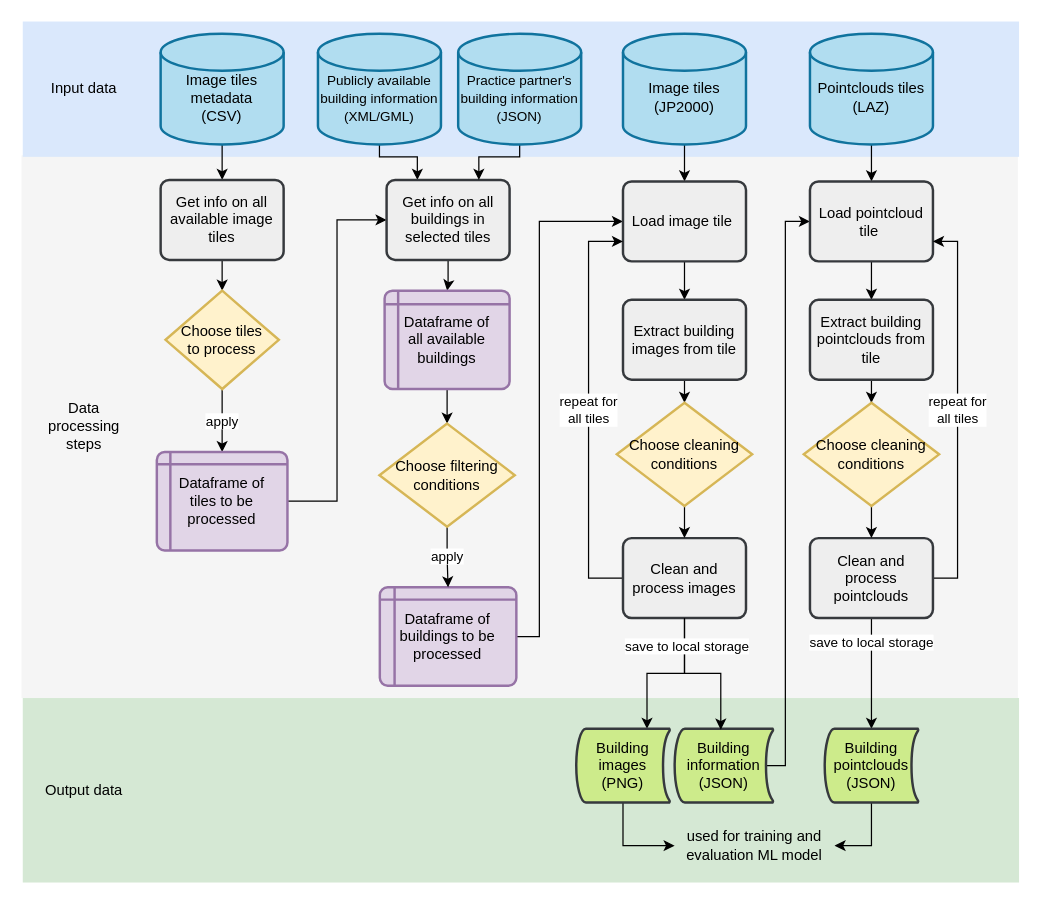
Before: figures/dataflowchart.drawio in GabZech/image-to-pointcloud, a draw.io diagram. Source tidied: cells renumbered, new cells numbered last; positions are measured from the earlier drawing's top-left corner, leaving out a move shared by most shapes. Both pictures are drawn from the tidied source at 123%, with x=0, y=0 at pixel (21, 21).
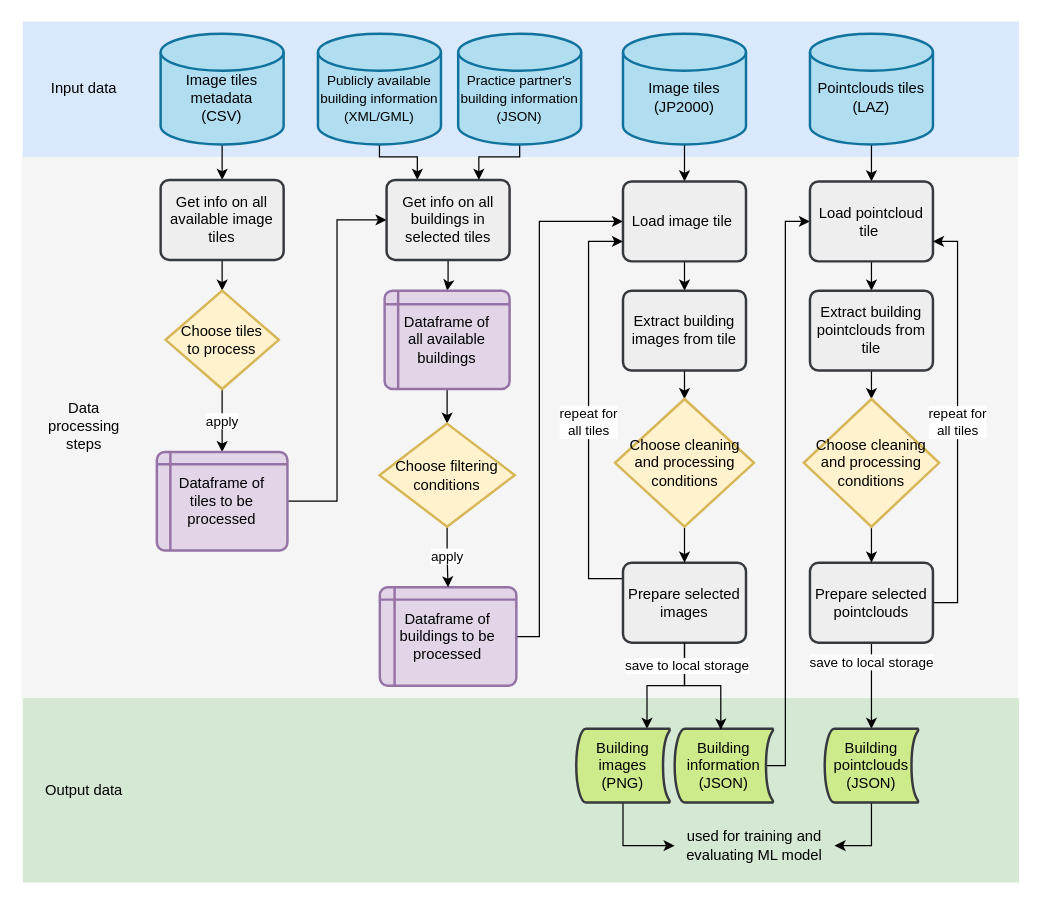
Above is the later version.

Unchanged cells that the change refers to:
```xml
<mxCell id="28" value="Load image tile&amp;nbsp;" style="rounded=1;whiteSpace=wrap;html=1;absoluteArcSize=1;arcSize=14;strokeWidth=2;fillColor=#eeeeee;strokeColor=#36393d;" parent="1" vertex="1">
  <mxGeometry x="489" y="130" width="100" height="65" as="geometry" />
</mxCell>
```

What changed in the source:
```diff
@@
-    <mxCell id="27" style="edgeStyle=orthogonalEdgeStyle;rounded=0;jettySize=auto;html=1;" parent="1" edge="1" source="28" target="32">
+    <mxCell id="27" style="edgeStyle=orthogonalEdgeStyle;rounded=0;jettySize=auto;html=1;exitX=0.5;exitY=1;exitDx=0;exitDy=0;entryX=0.5;entryY=0;entryDx=0;entryDy=0;" parent="1" edge="1" source="28" target="32">
       <mxGeometry relative="1" as="geometry" />
     </mxCell>
@@
     <mxCell id="32" value="Extract building images from tile" style="rounded=1;whiteSpace=wrap;html=1;absoluteArcSize=1;arcSize=14;strokeWidth=2;fillColor=#eeeeee;strokeColor=#36393d;" parent="1" vertex="1">
-      <mxGeometry x="489" y="226.2" width="100" height="65" as="geometry" />
+      <mxGeometry x="489" y="218.8" width="100" height="65" as="geometry" />
     </mxCell>
@@
-    <mxCell id="35" value="Clean and process images" style="rounded=1;whiteSpace=wrap;html=1;absoluteArcSize=1;arcSize=14;strokeWidth=2;fillColor=#eeeeee;strokeColor=#36393d;" parent="1" vertex="1">
-      <mxGeometry x="489" y="420" width="100" height="65" as="geometry" />
+    <mxCell id="35" value="Prepare selected images" style="rounded=1;whiteSpace=wrap;html=1;absoluteArcSize=1;arcSize=14;strokeWidth=2;fillColor=#eeeeee;strokeColor=#36393d;" parent="1" vertex="1">
+      <mxGeometry x="489" y="440" width="100" height="65" as="geometry" />
     </mxCell>
@@
     <mxCell id="46" value="Extract building pointclouds from tile" style="rounded=1;whiteSpace=wrap;html=1;absoluteArcSize=1;arcSize=14;strokeWidth=2;fillColor=#eeeeee;strokeColor=#36393d;" parent="1" vertex="1">
-      <mxGeometry x="641" y="226.2" width="100" height="65" as="geometry" />
+      <mxGeometry x="641" y="218.8" width="100" height="65" as="geometry" />
     </mxCell>
@@
-    <mxCell id="49" value="Clean and process pointclouds" style="rounded=1;whiteSpace=wrap;html=1;absoluteArcSize=1;arcSize=14;strokeWidth=2;fillColor=#eeeeee;strokeColor=#36393d;" parent="1" vertex="1">
-      <mxGeometry x="641" y="420" width="100" height="65" as="geometry" />
+    <mxCell id="49" value="Prepare selected pointclouds" style="rounded=1;whiteSpace=wrap;html=1;absoluteArcSize=1;arcSize=14;strokeWidth=2;fillColor=#eeeeee;strokeColor=#36393d;" parent="1" vertex="1">
+      <mxGeometry x="641" y="440" width="100" height="65" as="geometry" />
     </mxCell>
@@
-    <mxCell id="53" value="used for training and evaluation ML model" style="rounded=1;whiteSpace=wrap;html=1;absoluteArcSize=1;arcSize=14;strokeWidth=2;fillColor=none;strokeColor=none;" parent="1" vertex="1">
+    <mxCell id="53" value="used for training and evaluating ML model" style="rounded=1;whiteSpace=wrap;html=1;absoluteArcSize=1;arcSize=14;strokeWidth=2;fillColor=none;strokeColor=none;" parent="1" vertex="1">
       <mxGeometry x="531" y="655" width="130" height="30" as="geometry" />
     </mxCell>
@@
-    <mxCell id="55" value="Choose cleaning conditions" style="strokeWidth=2;html=1;shape=mxgraph.flowchart.decision;whiteSpace=wrap;fillColor=#fff2cc;strokeColor=#d6b656;" parent="1" vertex="1">
-      <mxGeometry x="484" y="310" width="110" height="83.8" as="geometry" />
+    <mxCell id="55" value="Choose cleaning and processing conditions" style="strokeWidth=2;html=1;shape=mxgraph.flowchart.decision;whiteSpace=wrap;fillColor=#fff2cc;strokeColor=#d6b656;" parent="1" vertex="1">
+      <mxGeometry x="482.5" y="306.9" width="113" height="103.8" as="geometry" />
     </mxCell>
@@
-    <mxCell id="57" value="Choose cleaning conditions" style="strokeWidth=2;html=1;shape=mxgraph.flowchart.decision;whiteSpace=wrap;fillColor=#fff2cc;strokeColor=#d6b656;" parent="1" vertex="1">
-      <mxGeometry x="636" y="310" width="110" height="83.8" as="geometry" />
+    <mxCell id="57" value="Choose cleaning and processing conditions" style="strokeWidth=2;html=1;shape=mxgraph.flowchart.decision;whiteSpace=wrap;fillColor=#fff2cc;strokeColor=#d6b656;" parent="1" vertex="1">
+      <mxGeometry x="636" y="306.9" width="110" height="103.8" as="geometry" />
     </mxCell>
```
